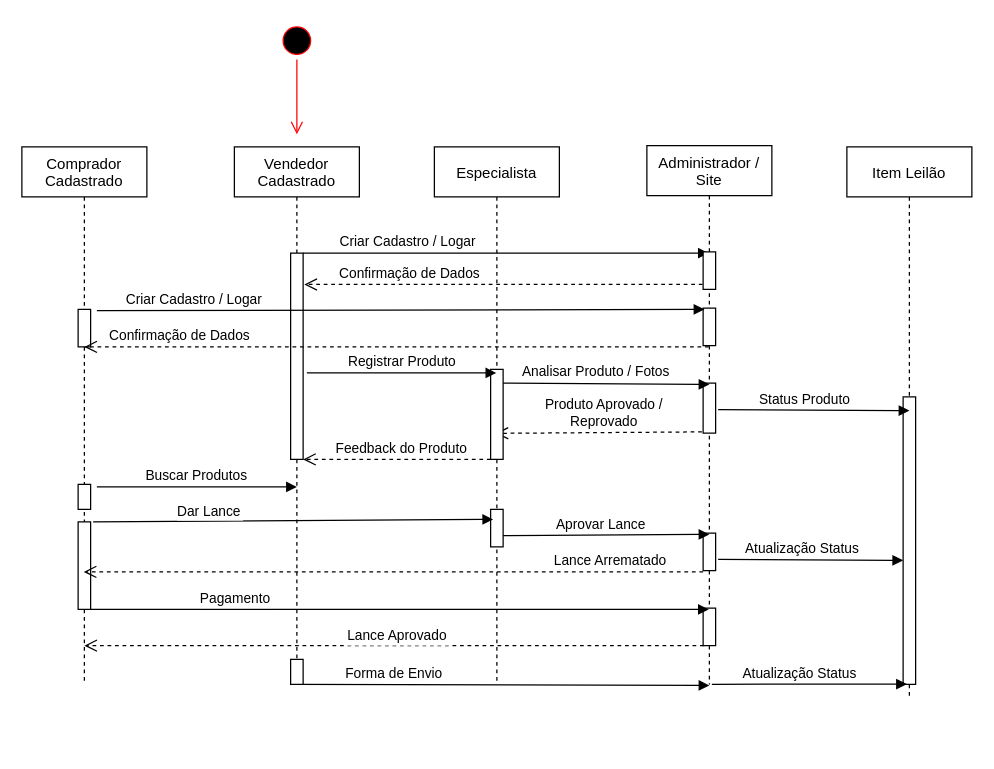
Above: Diagrama sem nome.drawio in withlasers/projeto-leilao (draw.io), before the change. Source tidied: cells renumbered, new cells numbered last; positions are measured from the earlier drawing's top-left corner, leaving out a move shared by most shapes. Both pictures are drawn from the tidied source at 125%, with x=0, y=0 at pixel (21, 21).
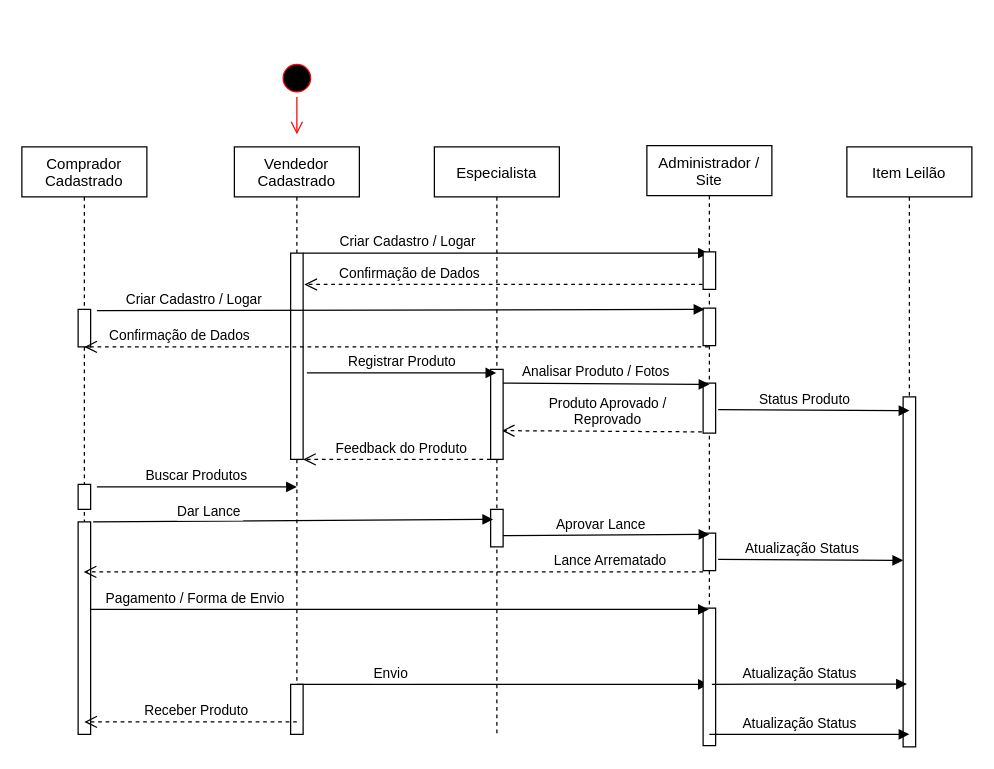
The same page after the edit.

Unchanged cells that the change refers to:
```xml
<mxCell id="17" style="points=[];perimeter=orthogonalPerimeter;rounded=0;shadow=0;strokeWidth=1;" parent="14" vertex="1">
  <mxGeometry x="45" y="190" width="10" height="40" as="geometry" />
</mxCell>
```

What changed in the source:
```diff
@@
     <mxCell id="2" value="Comprador&#10;Cadastrado" style="shape=umlLifeline;perimeter=lifelinePerimeter;rounded=0;shadow=0;strokeWidth=1;" parent="1" vertex="1">
-      <mxGeometry y="100" width="100" height="430" as="geometry" />
+      <mxGeometry y="100" width="100" height="470" as="geometry" />
     </mxCell>
@@
     <mxCell id="5" style="perimeter=orthogonalPerimeter;rounded=0;shadow=0;strokeWidth=1;" parent="2" vertex="1">
-      <mxGeometry x="45" y="300" width="10" height="70" as="geometry" />
+      <mxGeometry x="45" y="300" width="10" height="170" as="geometry" />
     </mxCell>
     <mxCell id="6" value="Vendedor&#10;Cadastrado" style="shape=umlLifeline;perimeter=lifelinePerimeter;rounded=0;shadow=0;strokeWidth=1;" parent="1" vertex="1">
-      <mxGeometry x="170" y="100" width="100" height="420" as="geometry" />
+      <mxGeometry x="170" y="100" width="100" height="470" as="geometry" />
     </mxCell>
@@
-    <mxCell id="9" value="Produto Aprovado / &#10;Reprovado" style="verticalAlign=bottom;endArrow=open;dashed=1;endSize=8;exitX=-0.1;exitY=0.975;shadow=0;strokeWidth=1;exitDx=0;exitDy=0;exitPerimeter=0;entryX=0.49;entryY=0.533;entryDx=0;entryDy=0;entryPerimeter=0;" parent="1" edge="1" source="17" target="10">
+    <mxCell id="9" value="Produto Aprovado / &#10;Reprovado" style="verticalAlign=bottom;endArrow=open;dashed=1;endSize=8;exitX=-0.1;exitY=0.975;shadow=0;strokeWidth=1;exitDx=0;exitDy=0;exitPerimeter=0;entryX=0.54;entryY=0.483;entryDx=0;entryDy=0;entryPerimeter=0;" parent="1" edge="1" source="17" target="10">
       <mxGeometry x="-0.06" relative="1" as="geometry" />
     </mxCell>
     <mxCell id="10" value="Especialista" style="shape=umlLifeline;perimeter=lifelinePerimeter;rounded=0;shadow=0;strokeWidth=1;" parent="1" vertex="1">
-      <mxGeometry x="330" y="100" width="100" height="430" as="geometry" />
+      <mxGeometry x="330" y="100" width="100" height="470" as="geometry" />
     </mxCell>
@@
-    <mxCell id="13" value="Forma de Envio" style="verticalAlign=bottom;endArrow=block;shadow=0;strokeWidth=1;exitX=1.2;exitY=0.733;exitDx=0;exitDy=0;exitPerimeter=0;entryX=0.5;entryY=1.002;entryDx=0;entryDy=0;entryPerimeter=0;" parent="10" edge="1" target="14">
+    <mxCell id="13" value="Envio " style="verticalAlign=bottom;endArrow=block;shadow=0;strokeWidth=1;exitX=1.2;exitY=0.733;exitDx=0;exitDy=0;exitPerimeter=0;" parent="10" edge="1" target="14">
       <mxGeometry x="-0.53" relative="1" as="geometry">
         <mxPoint x="-110" y="430" as="sourcePoint" />
       </mxGeometry>
     </mxCell>
     <mxCell id="14" value="Administrador / &#10;Site" style="shape=umlLifeline;perimeter=lifelinePerimeter;rounded=0;shadow=0;strokeWidth=1;" parent="1" vertex="1">
-      <mxGeometry x="500" y="99" width="100" height="431" as="geometry" />
+      <mxGeometry x="500" y="99" width="100" height="480" as="geometry" />
     </mxCell>
@@
     <mxCell id="19" style="perimeter=orthogonalPerimeter;rounded=0;shadow=0;strokeWidth=1;" parent="14" vertex="1">
-      <mxGeometry x="45" y="370" width="10" height="30" as="geometry" />
+      <mxGeometry x="45" y="370" width="10" height="110" as="geometry" />
     </mxCell>
     <mxCell id="20" value="Item Leilão" style="shape=umlLifeline;perimeter=lifelinePerimeter;rounded=0;shadow=0;strokeWidth=1;" parent="1" vertex="1">
-      <mxGeometry x="660" y="100" width="100" height="440" as="geometry" />
+      <mxGeometry x="660" y="100" width="100" height="480" as="geometry" />
     </mxCell>
     <mxCell id="21" style="points=[];perimeter=orthogonalPerimeter;rounded=0;shadow=0;strokeWidth=1;" parent="20" vertex="1">
-      <mxGeometry x="45" y="200" width="10" height="230" as="geometry" />
+      <mxGeometry x="45" y="200" width="10" height="280" as="geometry" />
     </mxCell>
@@
     <mxCell id="27" style="ellipse;html=1;shape=startState;fillColor=#000000;strokeColor=#ff0000;" parent="1" vertex="1">
-      <mxGeometry x="205" width="30" height="30" as="geometry" />
+      <mxGeometry x="205" y="30" width="30" height="30" as="geometry" />
     </mxCell>
@@
-    <mxCell id="36" value="Pagamento" style="verticalAlign=bottom;endArrow=block;shadow=0;strokeWidth=1;exitX=1.2;exitY=0.733;exitDx=0;exitDy=0;exitPerimeter=0;" parent="1" edge="1" target="14">
-      <mxGeometry x="-0.53" relative="1" as="geometry">
+    <mxCell id="36" value="Pagamento / Forma de Envio" style="verticalAlign=bottom;endArrow=block;shadow=0;strokeWidth=1;exitX=1.2;exitY=0.733;exitDx=0;exitDy=0;exitPerimeter=0;" parent="1" edge="1" target="14">
+      <mxGeometry x="-0.66" relative="1" as="geometry">
         <mxPoint x="55" y="470" as="sourcePoint" />
       </mxGeometry>
     </mxCell>
-    <mxCell id="37" value="Lance Aprovado" style="verticalAlign=bottom;endArrow=open;dashed=1;endSize=8;exitX=-0.1;exitY=0.975;shadow=0;strokeWidth=1;exitDx=0;exitDy=0;exitPerimeter=0;" parent="1" edge="1">
-      <mxGeometry x="-0.01" y="1" relative="1" as="geometry">
-        <mxPoint x="545.5" y="499" as="sourcePoint" />
-        <mxPoint x="50" y="499" as="targetPoint" />
-      </mxGeometry>
-    </mxCell>
     <mxCell id="38" style="points=[];perimeter=orthogonalPerimeter;rounded=0;shadow=0;strokeWidth=1;" parent="1" vertex="1">
-      <mxGeometry x="215" y="510" width="10" height="20" as="geometry" />
+      <mxGeometry x="215" y="530" width="10" height="40" as="geometry" />
     </mxCell>
@@
+    <mxCell id="40" value="Receber Produto" style="verticalAlign=bottom;endArrow=open;dashed=1;endSize=8;shadow=0;strokeWidth=1;exitX=0.5;exitY=0.75;exitDx=0;exitDy=0;exitPerimeter=0;" parent="1" edge="1" source="38">
+      <mxGeometry x="-0.06" relative="1" as="geometry">
+        <mxPoint x="50" y="560" as="targetPoint" />
+      </mxGeometry>
+    </mxCell>
+    <mxCell id="41" value="Atualização Status" style="html=1;verticalAlign=bottom;endArrow=block;rounded=0;strokeWidth=1;jumpSize=5;entryX=0.5;entryY=0.964;entryDx=0;entryDy=0;entryPerimeter=0;" parent="1" edge="1" target="21">
+      <mxGeometry x="-0.1" relative="1" as="geometry">
+        <mxPoint x="550" y="570" as="sourcePoint" />
+      </mxGeometry>
+    </mxCell>
```
